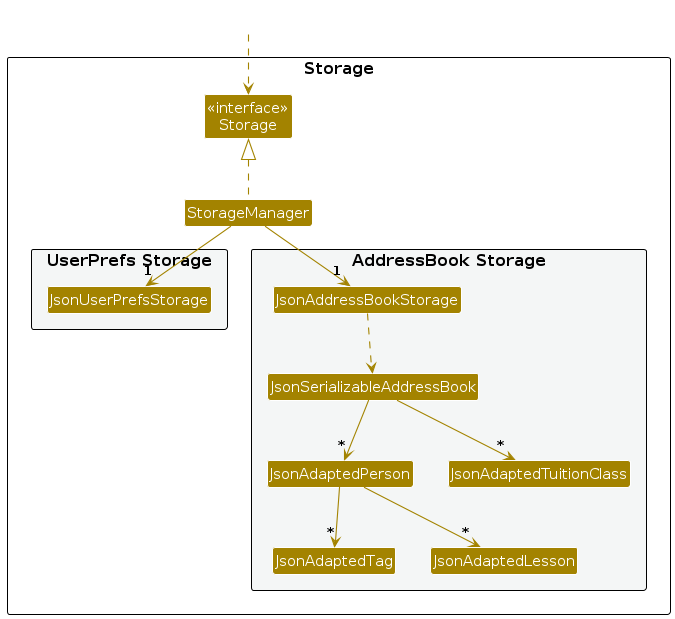
Above: diagrams/StorageClassDiagram.png in AY2627S1-CS2103T-T12-2/tp (PlantUML), before the change. Its source is kept beside it as diagrams/StorageClassDiagram.puml.
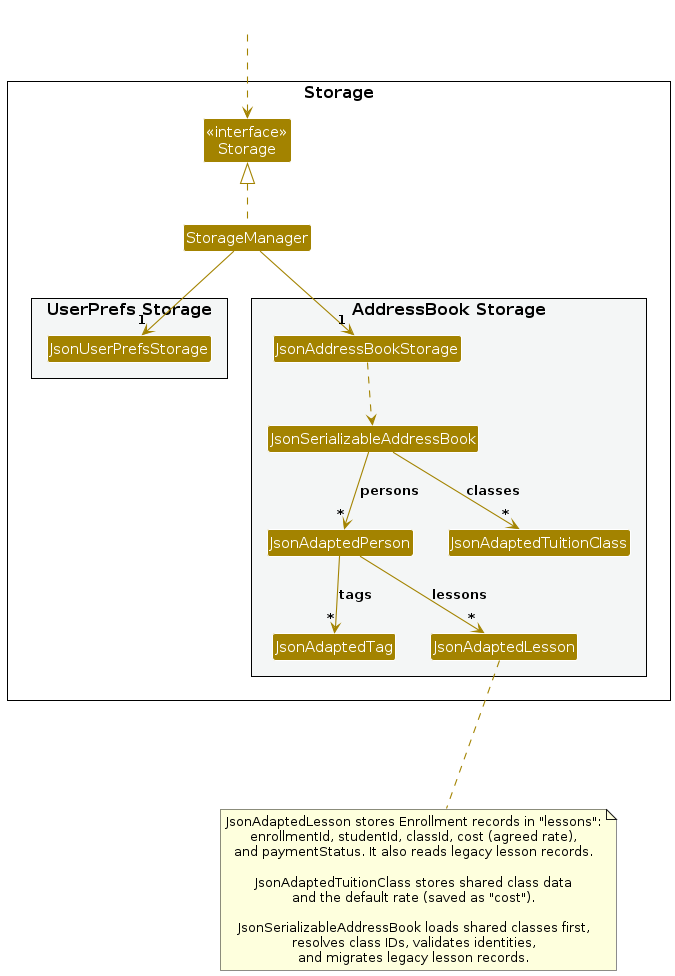
After the change.

Change to the diagram source:
```diff
@@ -1,5 +1,6 @@
 @startuml
 !include style.puml
+skinparam style strictuml
 skinparam arrowThickness 1.1
 skinparam arrowColor STORAGE_COLOR
 skinparam classBackgroundColor STORAGE_COLOR
@@ -32,9 +33,25 @@
 StorageManager -down-> "1" JsonAddressBookStorage
 
 JsonAddressBookStorage ..> JsonSerializableAddressBook
-JsonSerializableAddressBook --> "*" JsonAdaptedPerson
-JsonSerializableAddressBook --> "*" JsonAdaptedTuitionClass
-JsonAdaptedPerson --> "*" JsonAdaptedTag
-JsonAdaptedPerson --> "*" JsonAdaptedLesson
+JsonSerializableAddressBook --> "*" JsonAdaptedPerson : persons
+JsonSerializableAddressBook --> "*" JsonAdaptedTuitionClass : classes
+JsonAdaptedPerson --> "*" JsonAdaptedTag : tags
+JsonAdaptedPerson --> "*" JsonAdaptedLesson : lessons
+
+note as EnrollmentStorageNote
+  JsonAdaptedLesson stores Enrollment records in "lessons":
+  enrollmentId, studentId, classId, cost (agreed rate),
+  and paymentStatus. It also reads legacy lesson records.
+
+  JsonAdaptedTuitionClass stores shared class data
+  and the default rate (saved as "cost").
+
+  JsonSerializableAddressBook loads shared classes first,
+  resolves class IDs, validates identities,
+  and migrates legacy lesson records.
+end note
+
+JsonAdaptedLesson ..down. EnrollmentStorageNote
+JsonAdaptedTag -[hidden]down-> EnrollmentStorageNote
 
 @enduml
```
